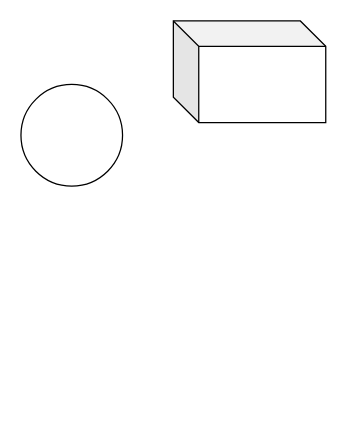
Before: Untitled Diagram.drawio in fdgggy/Adventure, a draw.io diagram. Source tidied: cells renumbered, new cells numbered last; positions are measured from the earlier drawing's top-left corner, leaving out a move shared by most shapes. Both pictures are drawn from the tidied source at 127%, with x=0, y=0 at pixel (20, 20).
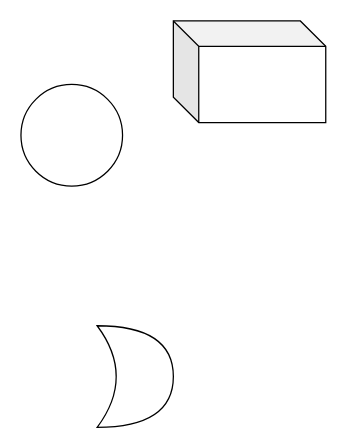
Above is the later version.

Change to the diagram source:
```diff
@@
 <mxGraphModel>
   <root>
     <mxCell id="0" />
     <mxCell id="1" parent="0" />
     <mxCell id="2" style="ellipse;whiteSpace=wrap;html=1;" parent="1" vertex="1">
       <mxGeometry y="50" width="80" height="80" as="geometry" />
     </mxCell>
     <mxCell id="3" style="shape=cube;whiteSpace=wrap;html=1;boundedLbl=1;backgroundOutline=1;darkOpacity=0.05;darkOpacity2=0.1;" parent="1" vertex="1">
       <mxGeometry x="120" width="120" height="80" as="geometry" />
     </mxCell>
+    <mxCell id="4" style="shape=xor;whiteSpace=wrap;html=1;" parent="1" vertex="1">
+      <mxGeometry x="60" y="240" width="60" height="80" as="geometry" />
+    </mxCell>
   </root>
 </mxGraphModel>
```
